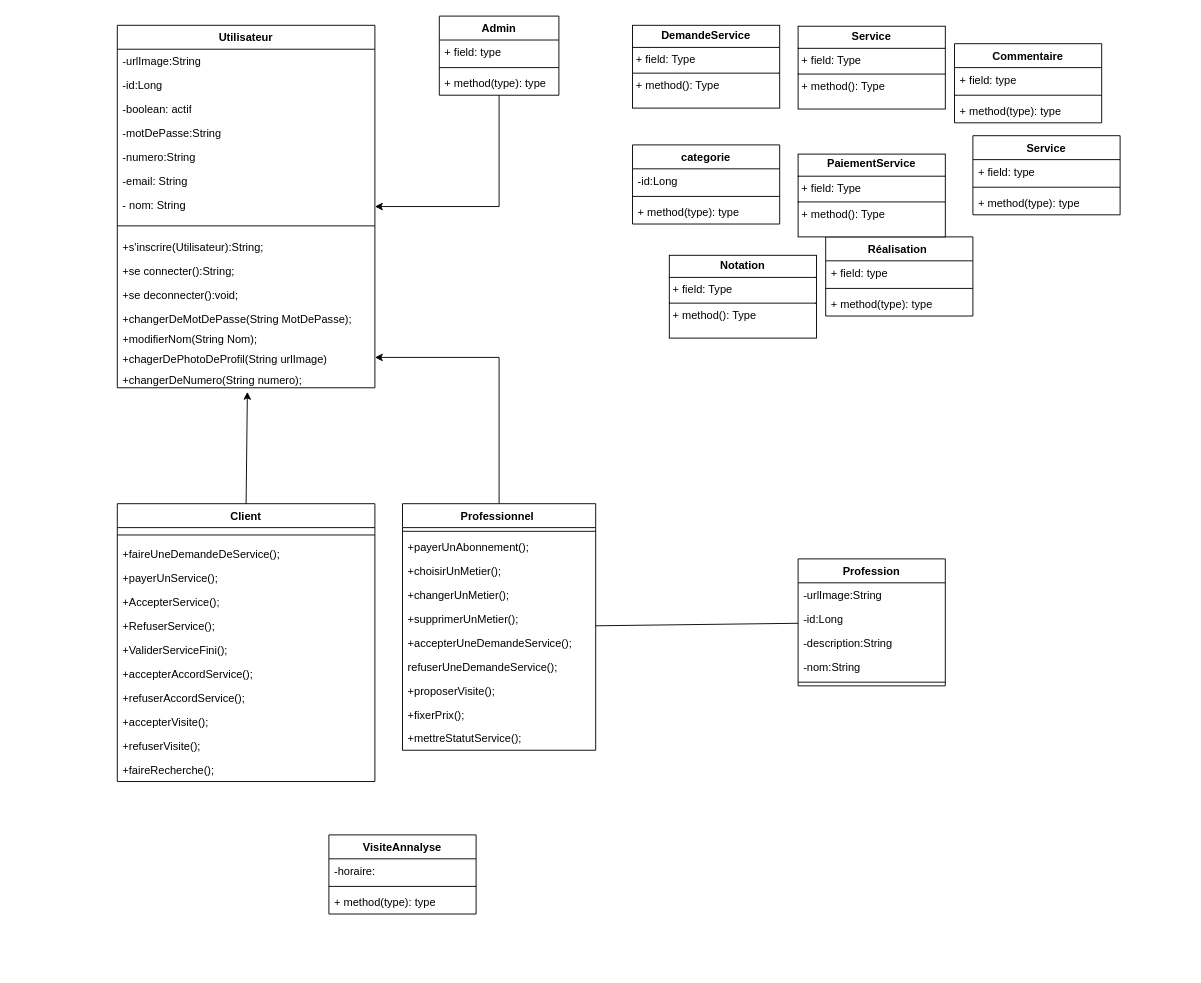
Above: page "Page-2" (2 of 2) of Diagramme sans nom.drawio in NasserObm/BonContact (draw.io), before the change. Source tidied: cells renumbered, new cells numbered last; positions are measured from the earlier drawing's top-left corner, leaving out a move shared by most shapes. Both pictures are drawn from the tidied source at 92%, with x=0, y=0 at pixel (117, 16).
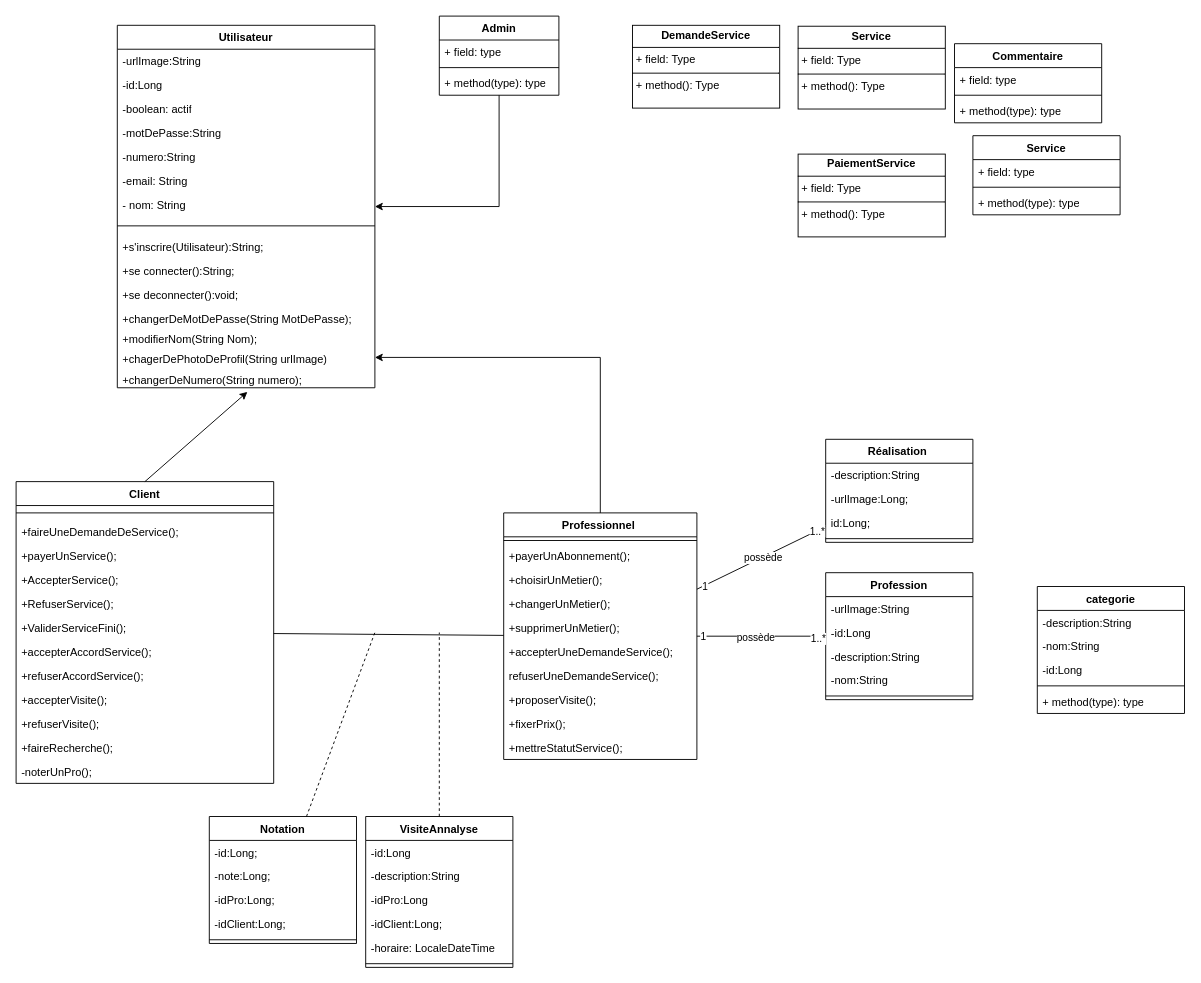
The same page after the edit.

Commit message (it also covers changes not shown here):
Mettre à jour Diagramme sans nom.drawio

Unchanged cells that the change refers to:
```xml
<mxCell id="78" style="endArrow=none;html=1;rounded=0;" parent="1" edge="1" source="31" target="47">
  <mxGeometry relative="1" as="geometry" />
</mxCell>
```

The edit, as a diff of the source:
```diff
@@
     <mxCell id="18" value="Client" style="swimlane;fontStyle=1;align=center;verticalAlign=top;horizontal=1;startSize=26;whiteSpace=wrap;html=1;" parent="1" vertex="1">
-      <mxGeometry y="530" width="280" height="302" as="geometry" />
+      <mxGeometry x="-110" y="506" width="280" height="328" as="geometry" />
     </mxCell>
@@
+    <mxCell id="79" value="-noterUnPro();" style="text;strokeColor=none;fillColor=none;align=left;verticalAlign=top;spacingLeft=4;spacingRight=4;overflow=hidden;whiteSpace=wrap;html=1;" parent="18" vertex="1">
+      <mxGeometry y="302" width="280" height="26" as="geometry" />
+    </mxCell>
@@
     <mxCell id="31" value="Professionnel&amp;nbsp;" style="swimlane;fontStyle=1;align=center;verticalAlign=top;horizontal=1;startSize=26;whiteSpace=wrap;html=1;" parent="1" vertex="1">
-      <mxGeometry x="310" y="530" width="210" height="268" as="geometry" />
+      <mxGeometry x="420" y="540" width="210" height="268" as="geometry" />
     </mxCell>
@@
     <mxCell id="47" value="Profession" style="swimlane;fontStyle=1;align=center;verticalAlign=top;horizontal=1;startSize=26;whiteSpace=wrap;html=1;" parent="1" vertex="1">
-      <mxGeometry x="740" y="590" width="160" height="138" as="geometry" />
+      <mxGeometry x="770" y="605" width="160" height="138" as="geometry" />
     </mxCell>
@@
     <mxCell id="53" value="categorie" style="swimlane;fontStyle=1;align=center;verticalAlign=top;horizontal=1;startSize=26;whiteSpace=wrap;html=1;" parent="1" vertex="1">
-      <mxGeometry x="560" y="140" width="160" height="86" as="geometry" />
+      <mxGeometry x="1000" y="620" width="160" height="138" as="geometry" />
     </mxCell>
+    <mxCell id="80" value="-description:String" style="text;strokeColor=none;fillColor=none;align=left;verticalAlign=top;spacingLeft=4;spacingRight=4;overflow=hidden;whiteSpace=wrap;html=1;" parent="53" vertex="1">
+      <mxGeometry y="26" width="160" height="26" as="geometry" />
+    </mxCell>
+    <mxCell id="81" value="-nom:String" style="text;strokeColor=none;fillColor=none;align=left;verticalAlign=top;spacingLeft=4;spacingRight=4;overflow=hidden;whiteSpace=wrap;html=1;" parent="53" vertex="1">
+      <mxGeometry y="52" width="160" height="26" as="geometry" />
+    </mxCell>
     <mxCell id="54" value="-id:Long" style="text;strokeColor=none;fillColor=none;align=left;verticalAlign=top;spacingLeft=4;spacingRight=4;overflow=hidden;whiteSpace=wrap;html=1;" parent="53" vertex="1">
-      <mxGeometry y="26" width="160" height="26" as="geometry" />
+      <mxGeometry y="78" width="160" height="26" as="geometry" />
     </mxCell>
     <mxCell id="55" style="line;strokeWidth=1;fillColor=none;align=left;verticalAlign=middle;spacingTop=-1;spacingLeft=3;spacingRight=3;labelPosition=right;strokeColor=inherit;" parent="53" vertex="1">
-      <mxGeometry y="52" width="160" height="8" as="geometry" />
+      <mxGeometry y="104" width="160" height="8" as="geometry" />
     </mxCell>
     <mxCell id="56" value="+ method(type): type" style="text;strokeColor=none;fillColor=none;align=left;verticalAlign=top;spacingLeft=4;spacingRight=4;overflow=hidden;whiteSpace=wrap;html=1;" parent="53" vertex="1">
-      <mxGeometry y="60" width="160" height="26" as="geometry" />
+      <mxGeometry y="112" width="160" height="26" as="geometry" />
     </mxCell>
     <mxCell id="57" value="Réalisation&amp;nbsp;" style="swimlane;fontStyle=1;align=center;verticalAlign=top;horizontal=1;startSize=26;whiteSpace=wrap;html=1;" parent="1" vertex="1">
-      <mxGeometry x="770" y="240" width="160" height="86" as="geometry" />
+      <mxGeometry x="770" y="460" width="160" height="112" as="geometry" />
     </mxCell>
+    <mxCell id="82" value="-description:String" style="text;strokeColor=none;fillColor=none;align=left;verticalAlign=top;spacingLeft=4;spacingRight=4;overflow=hidden;whiteSpace=wrap;html=1;" parent="57" vertex="1">
+      <mxGeometry y="26" width="160" height="26" as="geometry" />
+    </mxCell>
+    <mxCell id="83" value="-urlImage:Long;" style="text;strokeColor=none;fillColor=none;align=left;verticalAlign=top;spacingLeft=4;spacingRight=4;overflow=hidden;whiteSpace=wrap;html=1;" parent="57" vertex="1">
+      <mxGeometry y="52" width="160" height="26" as="geometry" />
+    </mxCell>
-    <mxCell id="58" value="+ field: type" style="text;strokeColor=none;fillColor=none;align=left;verticalAlign=top;spacingLeft=4;spacingRight=4;overflow=hidden;whiteSpace=wrap;html=1;" parent="57" vertex="1">
-      <mxGeometry y="26" width="160" height="26" as="geometry" />
+    <mxCell id="58" value="id:Long;" style="text;strokeColor=none;fillColor=none;align=left;verticalAlign=top;spacingLeft=4;spacingRight=4;overflow=hidden;whiteSpace=wrap;html=1;" parent="57" vertex="1">
+      <mxGeometry y="78" width="160" height="26" as="geometry" />
     </mxCell>
     <mxCell id="59" style="line;strokeWidth=1;fillColor=none;align=left;verticalAlign=middle;spacingTop=-1;spacingLeft=3;spacingRight=3;labelPosition=right;strokeColor=inherit;" parent="57" vertex="1">
-      <mxGeometry y="52" width="160" height="8" as="geometry" />
+      <mxGeometry y="104" width="160" height="8" as="geometry" />
     </mxCell>
-    <mxCell id="60" value="+ method(type): type" style="text;strokeColor=none;fillColor=none;align=left;verticalAlign=top;spacingLeft=4;spacingRight=4;overflow=hidden;whiteSpace=wrap;html=1;" parent="57" vertex="1">
-      <mxGeometry y="60" width="160" height="26" as="geometry" />
-    </mxCell>
@@
-    <mxCell id="62" value="&lt;p style=&quot;margin:0px;margin-top:4px;text-align:center;&quot;&gt;&lt;b&gt;Notation&lt;/b&gt;&lt;/p&gt;&lt;hr size=&quot;1&quot; style=&quot;border-style:solid;&quot;&gt;&lt;p style=&quot;margin:0px;margin-left:4px;&quot;&gt;+ field: Type&lt;/p&gt;&lt;hr size=&quot;1&quot; style=&quot;border-style:solid;&quot;&gt;&lt;p style=&quot;margin:0px;margin-left:4px;&quot;&gt;+ method(): Type&lt;/p&gt;" style="verticalAlign=top;align=left;overflow=fill;html=1;whiteSpace=wrap;" parent="1" vertex="1">
-      <mxGeometry x="600" y="260" width="160" height="90" as="geometry" />
-    </mxCell>
@@
     <mxCell id="69" value="VisiteAnnalyse" style="swimlane;fontStyle=1;align=center;verticalAlign=top;horizontal=1;startSize=26;whiteSpace=wrap;html=1;" parent="1" vertex="1">
-      <mxGeometry x="230" y="890" width="160" height="86" as="geometry" />
+      <mxGeometry x="270" y="870" width="160" height="164" as="geometry" />
     </mxCell>
+    <mxCell id="84" value="-id:Long" style="text;strokeColor=none;fillColor=none;align=left;verticalAlign=top;spacingLeft=4;spacingRight=4;overflow=hidden;whiteSpace=wrap;html=1;" parent="69" vertex="1">
+      <mxGeometry y="26" width="160" height="26" as="geometry" />
+    </mxCell>
+    <mxCell id="85" value="-description:String" style="text;strokeColor=none;fillColor=none;align=left;verticalAlign=top;spacingLeft=4;spacingRight=4;overflow=hidden;whiteSpace=wrap;html=1;" parent="69" vertex="1">
+      <mxGeometry y="52" width="160" height="26" as="geometry" />
+    </mxCell>
+    <mxCell id="86" value="-idPro:Long" style="text;strokeColor=none;fillColor=none;align=left;verticalAlign=top;spacingLeft=4;spacingRight=4;overflow=hidden;whiteSpace=wrap;html=1;" parent="69" vertex="1">
+      <mxGeometry y="78" width="160" height="26" as="geometry" />
+    </mxCell>
+    <mxCell id="87" value="-idClient:Long;" style="text;strokeColor=none;fillColor=none;align=left;verticalAlign=top;spacingLeft=4;spacingRight=4;overflow=hidden;whiteSpace=wrap;html=1;" parent="69" vertex="1">
+      <mxGeometry y="104" width="160" height="26" as="geometry" />
+    </mxCell>
-    <mxCell id="70" value="-horaire:&amp;nbsp;" style="text;strokeColor=none;fillColor=none;align=left;verticalAlign=top;spacingLeft=4;spacingRight=4;overflow=hidden;whiteSpace=wrap;html=1;" parent="69" vertex="1">
-      <mxGeometry y="26" width="160" height="26" as="geometry" />
+    <mxCell id="70" value="-horaire: LocaleDateTime" style="text;strokeColor=none;fillColor=none;align=left;verticalAlign=top;spacingLeft=4;spacingRight=4;overflow=hidden;whiteSpace=wrap;html=1;" parent="69" vertex="1">
+      <mxGeometry y="130" width="160" height="26" as="geometry" />
     </mxCell>
     <mxCell id="71" style="line;strokeWidth=1;fillColor=none;align=left;verticalAlign=middle;spacingTop=-1;spacingLeft=3;spacingRight=3;labelPosition=right;strokeColor=inherit;" parent="69" vertex="1">
-      <mxGeometry y="52" width="160" height="8" as="geometry" />
+      <mxGeometry y="156" width="160" height="8" as="geometry" />
     </mxCell>
-    <mxCell id="72" value="+ method(type): type" style="text;strokeColor=none;fillColor=none;align=left;verticalAlign=top;spacingLeft=4;spacingRight=4;overflow=hidden;whiteSpace=wrap;html=1;" parent="69" vertex="1">
-      <mxGeometry y="60" width="160" height="26" as="geometry" />
-    </mxCell>
@@
+    <mxCell id="88" value="possède" style="edgeLabel;html=1;align=center;verticalAlign=middle;" parent="78" vertex="1">
+      <mxGeometry x="-0.1" y="-1" relative="1" as="geometry" />
+    </mxCell>
+    <mxCell id="89" value="1..*" style="edgeLabel;html=1;align=center;verticalAlign=middle;" parent="78" vertex="1">
+      <mxGeometry x="0.87" y="-2" relative="1" as="geometry" />
+    </mxCell>
+    <mxCell id="90" value="1" style="edgeLabel;html=1;align=center;verticalAlign=middle;" parent="78" vertex="1">
+      <mxGeometry x="-0.91" relative="1" as="geometry" />
+    </mxCell>
+    <mxCell id="91" style="endArrow=none;html=1;rounded=0;" parent="1" edge="1" source="18" target="31">
+      <mxGeometry relative="1" as="geometry" />
+    </mxCell>
+    <mxCell id="92" style="endArrow=none;dashed=1;html=1;rounded=0;" parent="1" edge="1" source="69">
+      <mxGeometry relative="1" as="geometry">
+        <mxPoint x="350" y="670" as="targetPoint" />
+      </mxGeometry>
+    </mxCell>
+    <mxCell id="93" value="Notation" style="swimlane;fontStyle=1;align=center;verticalAlign=top;horizontal=1;startSize=26;whiteSpace=wrap;html=1;" parent="1" vertex="1">
+      <mxGeometry x="100" y="870" width="160" height="138" as="geometry" />
+    </mxCell>
+    <mxCell id="94" value="-id:Long;" style="text;strokeColor=none;fillColor=none;align=left;verticalAlign=top;spacingLeft=4;spacingRight=4;overflow=hidden;whiteSpace=wrap;html=1;" parent="93" vertex="1">
+      <mxGeometry y="26" width="160" height="26" as="geometry" />
+    </mxCell>
+    <mxCell id="95" value="-note:Long;" style="text;strokeColor=none;fillColor=none;align=left;verticalAlign=top;spacingLeft=4;spacingRight=4;overflow=hidden;whiteSpace=wrap;html=1;" parent="93" vertex="1">
+      <mxGeometry y="52" width="160" height="26" as="geometry" />
+    </mxCell>
+    <mxCell id="96" value="-idPro:Long;" style="text;strokeColor=none;fillColor=none;align=left;verticalAlign=top;spacingLeft=4;spacingRight=4;overflow=hidden;whiteSpace=wrap;html=1;" parent="93" vertex="1">
+      <mxGeometry y="78" width="160" height="26" as="geometry" />
+    </mxCell>
+    <mxCell id="97" value="-idClient:Long;" style="text;strokeColor=none;fillColor=none;align=left;verticalAlign=top;spacingLeft=4;spacingRight=4;overflow=hidden;whiteSpace=wrap;html=1;" parent="93" vertex="1">
+      <mxGeometry y="104" width="160" height="26" as="geometry" />
+    </mxCell>
+    <mxCell id="98" style="line;strokeWidth=1;fillColor=none;align=left;verticalAlign=middle;spacingTop=-1;spacingLeft=3;spacingRight=3;labelPosition=right;strokeColor=inherit;" parent="93" vertex="1">
+      <mxGeometry y="130" width="160" height="8" as="geometry" />
+    </mxCell>
+    <mxCell id="99" style="endArrow=none;dashed=1;html=1;rounded=0;" parent="1" edge="1" source="93">
+      <mxGeometry relative="1" as="geometry">
+        <mxPoint x="280" y="670" as="targetPoint" />
+      </mxGeometry>
+    </mxCell>
+    <mxCell id="100" style="endArrow=none;html=1;rounded=0;" parent="1" edge="1" source="31" target="57">
+      <mxGeometry relative="1" as="geometry" />
+    </mxCell>
+    <mxCell id="101" value="possède" style="edgeLabel;html=1;align=center;verticalAlign=middle;" parent="100" vertex="1">
+      <mxGeometry x="0.01" relative="1" as="geometry" />
+    </mxCell>
+    <mxCell id="102" value="1..*" style="edgeLabel;html=1;align=center;verticalAlign=middle;" parent="100" vertex="1">
+      <mxGeometry x="0.86" relative="1" as="geometry" />
+    </mxCell>
+    <mxCell id="103" value="1" style="edgeLabel;html=1;align=center;verticalAlign=middle;" parent="100" vertex="1">
+      <mxGeometry x="-0.88" y="-1" relative="1" as="geometry" />
+    </mxCell>
```
